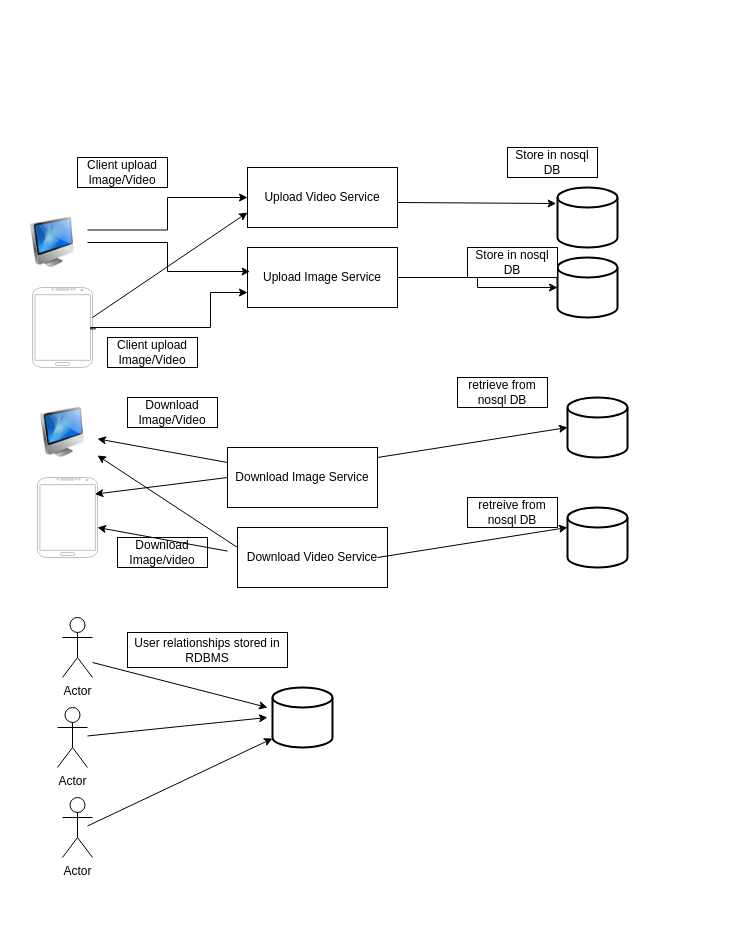
Earlier version of the draw.io diagram Untitled Diagram.drawio (kumar4887/hello-world). Source tidied: cells renumbered, new cells numbered last; positions are measured from the earlier drawing's top-left corner, leaving out a move shared by most shapes. Both pictures are drawn from the tidied source at 100%, with x=0, y=0 at pixel (17, 147).
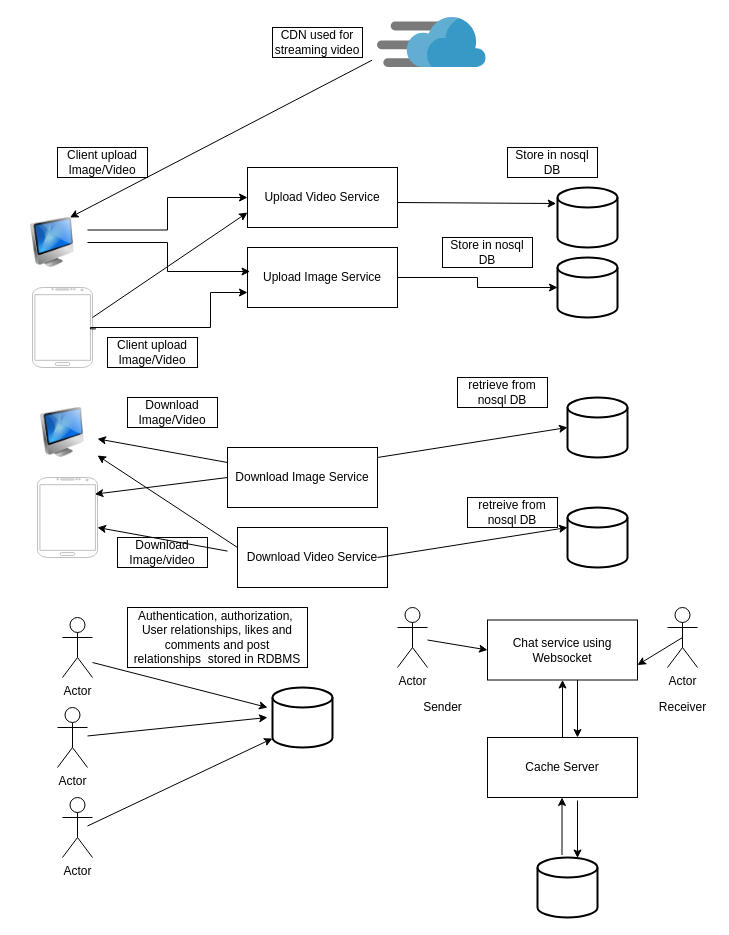
The same page after the edit.

Unchanged cells that the change refers to:
```xml
<mxCell id="6" style="image;html=1;image=img/lib/clip_art/computers/iMac_128x128.png;" parent="1" vertex="1">
  <mxGeometry y="70" width="70" height="50" as="geometry" />
</mxCell>
```

What changed in the source:
```diff
@@
-    <mxCell id="9" style="edgeStyle=orthogonalEdgeStyle;rounded=0;jettySize=auto;html=1;exitX=0.25;exitY=0;exitDx=0;exitDy=0;" parent="1" edge="1" source="10">
-      <mxGeometry relative="1" as="geometry">
-        <mxPoint x="90" y="30" as="targetPoint" />
-      </mxGeometry>
-    </mxCell>
     <mxCell id="10" value="Client upload Image/Video" style="whiteSpace=wrap;html=1;" parent="1" vertex="1">
-      <mxGeometry x="60" y="10" width="90" height="30" as="geometry" />
+      <mxGeometry x="40" width="90" height="30" as="geometry" />
     </mxCell>
@@
     <mxCell id="32" value="Store in nosql DB" style="whiteSpace=wrap;html=1;" parent="1" vertex="1">
-      <mxGeometry x="450" y="100" width="90" height="30" as="geometry" />
+      <mxGeometry x="425" y="90" width="90" height="30" as="geometry" />
     </mxCell>
@@
-    <mxCell id="42" value="User relationships stored in RDBMS" style="whiteSpace=wrap;html=1;" parent="1" vertex="1">
-      <mxGeometry x="110" y="485" width="160" height="35" as="geometry" />
+    <mxCell id="42" value="Authentication, authorization,&amp;nbsp; User relationships, likes and comments and post relationships&amp;nbsp; stored in RDBMS" style="whiteSpace=wrap;html=1;" parent="1" vertex="1">
+      <mxGeometry x="110" y="460" width="180" height="60" as="geometry" />
     </mxCell>
+    <mxCell id="43" value="Actor" style="shape=umlActor;verticalLabelPosition=bottom;verticalAlign=top;html=1;outlineConnect=0;" parent="1" vertex="1">
+      <mxGeometry x="380" y="460" width="30" height="60" as="geometry" />
+    </mxCell>
+    <mxCell id="44" value="Sender" style="text;html=1;align=center;verticalAlign=middle;strokeColor=none;fillColor=none;" parent="1" vertex="1">
+      <mxGeometry x="400" y="550" width="50" height="20" as="geometry" />
+    </mxCell>
+    <mxCell id="45" value="Actor" style="shape=umlActor;verticalLabelPosition=bottom;verticalAlign=top;html=1;outlineConnect=0;" parent="1" vertex="1">
+      <mxGeometry x="650" y="460" width="30" height="60" as="geometry" />
+    </mxCell>
+    <mxCell id="46" value="Receiver" style="text;html=1;align=center;verticalAlign=middle;strokeColor=none;fillColor=none;" parent="1" vertex="1">
+      <mxGeometry x="635" y="550" width="60" height="20" as="geometry" />
+    </mxCell>
+    <mxCell id="47" value="Chat service using Websocket" style="rounded=0;whiteSpace=wrap;html=1;" parent="1" vertex="1">
+      <mxGeometry x="470" y="472.5" width="150" height="60" as="geometry" />
+    </mxCell>
+    <mxCell id="48" style="endArrow=classic;html=1;rounded=0;entryX=0;entryY=0.5;entryDx=0;entryDy=0;" parent="1" edge="1" source="43" target="47">
+      <mxGeometry relative="1" as="geometry" />
+    </mxCell>
+    <mxCell id="49" style="endArrow=classic;html=1;rounded=0;entryX=1;entryY=0.75;entryDx=0;entryDy=0;exitX=0.5;exitY=0.5;exitDx=0;exitDy=0;exitPerimeter=0;" parent="1" edge="1" source="45" target="47">
+      <mxGeometry relative="1" as="geometry" />
+    </mxCell>
+    <mxCell id="50" style="strokeWidth=2;html=1;shape=mxgraph.flowchart.database;whiteSpace=wrap;" parent="1" vertex="1">
+      <mxGeometry x="520" y="710" width="60" height="60" as="geometry" />
+    </mxCell>
+    <mxCell id="51" value="Cache Server" style="rounded=0;whiteSpace=wrap;html=1;" parent="1" vertex="1">
+      <mxGeometry x="470" y="590" width="150" height="60" as="geometry" />
+    </mxCell>
+    <mxCell id="52" style="endArrow=classic;html=1;rounded=0;entryX=0.5;entryY=1;entryDx=0;entryDy=0;exitX=0.5;exitY=0;exitDx=0;exitDy=0;" parent="1" edge="1" source="51" target="47">
+      <mxGeometry relative="1" as="geometry" />
+    </mxCell>
+    <mxCell id="53" style="endArrow=classic;html=1;rounded=0;" parent="1" edge="1">
+      <mxGeometry relative="1" as="geometry">
+        <mxPoint x="560" y="532.5" as="sourcePoint" />
+        <mxPoint x="560" y="590" as="targetPoint" />
+      </mxGeometry>
+    </mxCell>
+    <mxCell id="54" style="endArrow=classic;html=1;rounded=0;entryX=0.5;entryY=1;entryDx=0;entryDy=0;exitX=0.5;exitY=0;exitDx=0;exitDy=0;" parent="1" edge="1">
+      <mxGeometry relative="1" as="geometry">
+        <mxPoint x="544.5" y="707.5" as="sourcePoint" />
+        <mxPoint x="544.5" y="650" as="targetPoint" />
+        <Array as="points">
+          <mxPoint x="544.5" y="667.5" />
+        </Array>
+      </mxGeometry>
+    </mxCell>
+    <mxCell id="55" style="endArrow=classic;html=1;rounded=0;" parent="1" edge="1">
+      <mxGeometry relative="1" as="geometry">
+        <mxPoint x="560" y="653" as="sourcePoint" />
+        <mxPoint x="560" y="710.5" as="targetPoint" />
+      </mxGeometry>
+    </mxCell>
+    <mxCell id="56" style="sketch=0;html=1;points=[];align=center;image;fontSize=12;image=img/lib/mscae/Content_Delivery_Network.svg;" parent="1" vertex="1">
+      <mxGeometry x="360" y="-130" width="108.7" height="50" as="geometry" />
+    </mxCell>
+    <mxCell id="57" style="endArrow=classic;html=1;rounded=0;entryX=0.75;entryY=0;entryDx=0;entryDy=0;exitX=-0.049;exitY=0.853;exitDx=0;exitDy=0;exitPerimeter=0;" parent="1" edge="1" source="56" target="6">
+      <mxGeometry relative="1" as="geometry" />
+    </mxCell>
+    <mxCell id="58" value="CDN used for streaming video" style="whiteSpace=wrap;html=1;" parent="1" vertex="1">
+      <mxGeometry x="255" y="-120" width="90" height="30" as="geometry" />
+    </mxCell>
```
